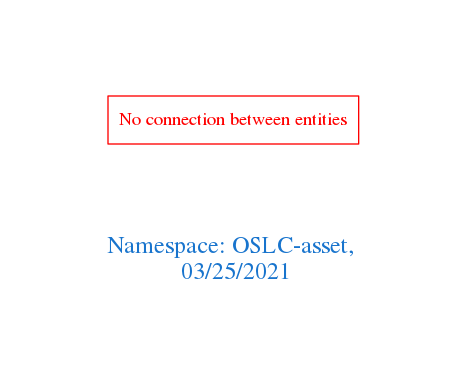
Before: downloads/OSLC-asset.png, a diagram exported from Graphviz (arago/OGIT). Its source is kept beside it as downloads/OSLC-asset.dot.
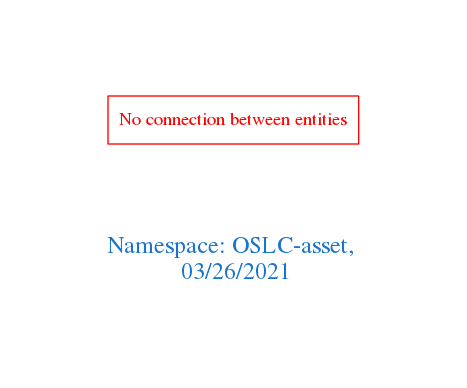
Later version of the same file.

Diff of the diagram source:
```diff
@@ -1,7 +1,7 @@
 digraph OGIT_ontology {
  graph [ rankdir= LR,pad=1
 fontsize = 18,
-fontcolor= dodgerblue3,label = "\n\n\nNamespace: OSLC-asset, \n 03/25/2021"];
+fontcolor= dodgerblue3,label = "\n\n\nNamespace: OSLC-asset, \n 03/26/2021"];
 node[shape=polygon];
 edge [  color="gray81"];
 
```
